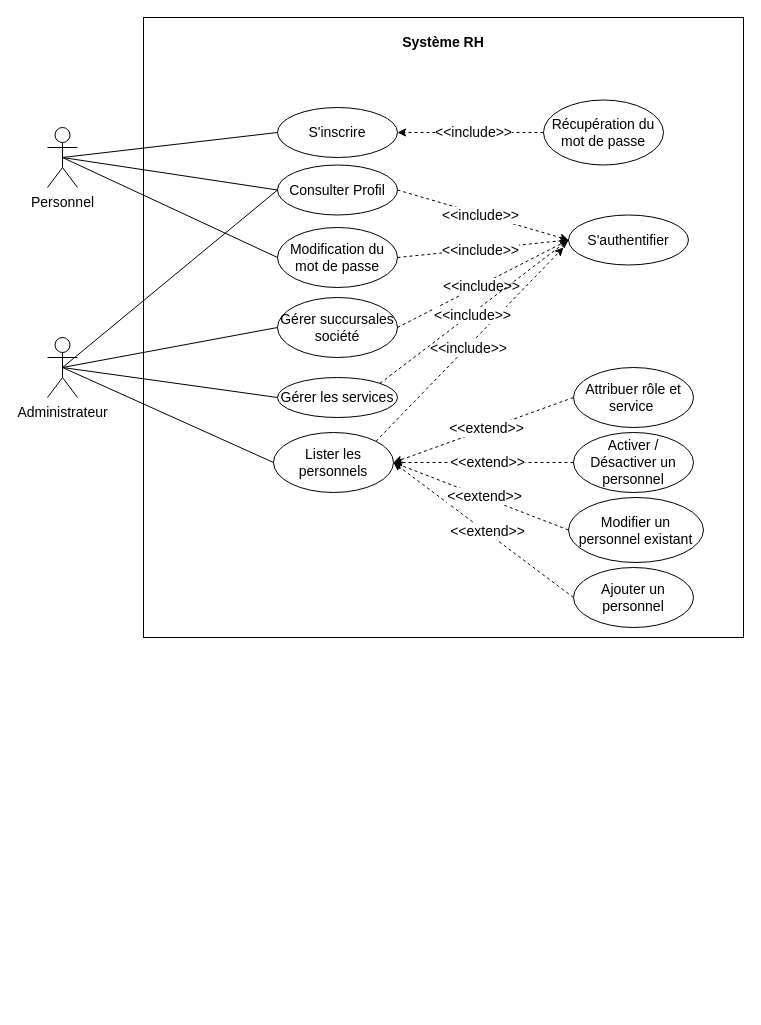
PORTAIL-RH/Portail-RH-Mobile keeps this draw.io diagram as Diagramme de cas d’utilisation du sprint 1.drawio. Above is the earlier version. Source tidied: cells renumbered, new cells numbered last; positions are measured from the earlier drawing's top-left corner, leaving out a move shared by most shapes. Both pictures are drawn from the tidied source at 100%, with x=0, y=0 at pixel (47, 17).
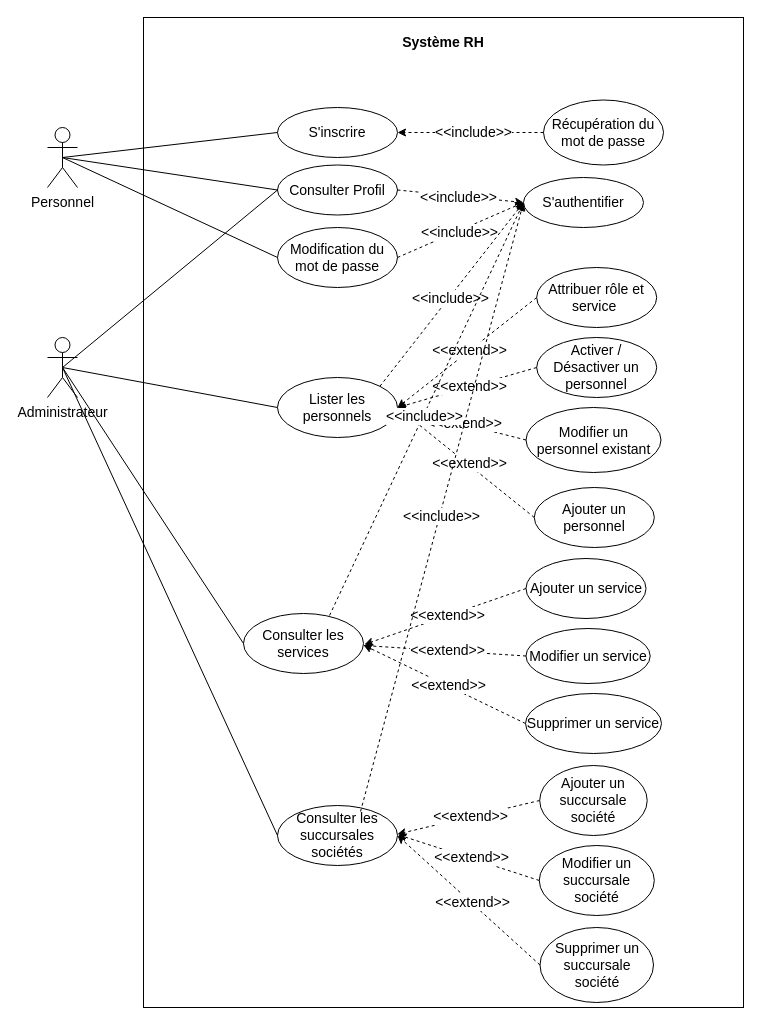
The same diagram, later.

Commit message:
Mettre à jour Diagramme de cas d’utilisation du sprint 1.drawio

Unchanged cells that the change refers to:
```xml
<mxCell id="4" value="Administrateur" style="shape=umlActor;verticalLabelPosition=bottom;verticalAlign=top;html=1;outlineConnect=0;fontSize=14;" parent="1" vertex="1">
  <mxGeometry y="320" width="30" height="60" as="geometry" />
</mxCell>
```

Change to the diagram source:
```diff
@@
     <mxCell id="2" style="rounded=0;whiteSpace=wrap;html=1;labelBackgroundColor=none;" parent="1" vertex="1">
-      <mxGeometry x="96" width="600" height="620" as="geometry" />
+      <mxGeometry x="96" width="600" height="990" as="geometry" />
     </mxCell>
@@
     <mxCell id="7" value="S'authentifier" style="ellipse;whiteSpace=wrap;html=1;fontSize=14;" parent="1" vertex="1">
-      <mxGeometry x="521" y="197.5" width="120" height="50" as="geometry" />
+      <mxGeometry x="476" y="160" width="120" height="50" as="geometry" />
     </mxCell>
@@
-    <mxCell id="19" value="Gérer succursales société" style="ellipse;whiteSpace=wrap;html=1;fontSize=14;" parent="1" vertex="1">
-      <mxGeometry x="230" y="280" width="120" height="60" as="geometry" />
-    </mxCell>
-    <mxCell id="20" value="Gérer les services" style="ellipse;whiteSpace=wrap;html=1;fontSize=14;" parent="1" vertex="1">
-      <mxGeometry x="230" y="360" width="120" height="40" as="geometry" />
-    </mxCell>
     <mxCell id="21" value="Lister les personnels" style="ellipse;whiteSpace=wrap;html=1;fontSize=14;" parent="1" vertex="1">
-      <mxGeometry x="226" y="415" width="120" height="60" as="geometry" />
+      <mxGeometry x="230" y="360" width="120" height="60" as="geometry" />
     </mxCell>
@@
     <mxCell id="24" value="Activer / Désactiver un personnel" style="ellipse;whiteSpace=wrap;html=1;fontSize=14;" parent="1" vertex="1">
-      <mxGeometry x="526" y="415" width="120" height="60" as="geometry" />
+      <mxGeometry x="489.2" y="320" width="120" height="60" as="geometry" />
     </mxCell>
     <mxCell id="25" value="Modifier un personnel existant" style="ellipse;whiteSpace=wrap;html=1;fontSize=14;" parent="1" vertex="1">
-      <mxGeometry x="521" y="480" width="135" height="65" as="geometry" />
+      <mxGeometry x="478.5" y="390" width="135" height="65" as="geometry" />
     </mxCell>
     <mxCell id="26" value="Ajouter un personnel" style="ellipse;whiteSpace=wrap;html=1;fontSize=14;" parent="1" vertex="1">
-      <mxGeometry x="526" y="550" width="120" height="60" as="geometry" />
+      <mxGeometry x="486.8" y="470" width="120" height="60" as="geometry" />
     </mxCell>
     <mxCell id="27" value="Attribuer rôle et service&amp;nbsp;" style="ellipse;whiteSpace=wrap;html=1;fontSize=14;" parent="1" vertex="1">
-      <mxGeometry x="526" y="350" width="120" height="60" as="geometry" />
+      <mxGeometry x="489.2" y="250" width="120" height="60" as="geometry" />
     </mxCell>
@@
-    <mxCell id="34" style="endArrow=none;html=1;rounded=0;exitX=0.5;exitY=0.5;exitDx=0;exitDy=0;exitPerimeter=0;entryX=0;entryY=0.5;entryDx=0;entryDy=0;fontSize=14;" parent="1" edge="1" source="4" target="19">
-      <mxGeometry relative="1" as="geometry" />
-    </mxCell>
-    <mxCell id="35" style="endArrow=none;html=1;rounded=0;exitX=0.5;exitY=0.5;exitDx=0;exitDy=0;exitPerimeter=0;entryX=0;entryY=0.5;entryDx=0;entryDy=0;fontSize=14;" parent="1" edge="1" source="4" target="20">
-      <mxGeometry relative="1" as="geometry" />
-    </mxCell>
@@
-    <mxCell id="38" style="endArrow=classic;dashed=1;html=1;rounded=0;exitX=1;exitY=0.5;exitDx=0;exitDy=0;endFill=1;fontSize=14;entryX=0;entryY=0.5;entryDx=0;entryDy=0;" parent="1" edge="1" source="19" target="7">
-      <mxGeometry relative="1" as="geometry" />
-    </mxCell>
-    <mxCell id="39" value="&amp;lt;&amp;lt;include&amp;gt;&amp;gt;" style="edgeLabel;html=1;align=center;verticalAlign=middle;fontSize=14;" parent="38" vertex="1">
-      <mxGeometry x="-0.03" y="-1" relative="1" as="geometry" />
-    </mxCell>
-    <mxCell id="40" style="endArrow=classic;dashed=1;html=1;rounded=0;exitX=1;exitY=0;exitDx=0;exitDy=0;endFill=1;fontSize=14;" parent="1" edge="1" source="21">
-      <mxGeometry relative="1" as="geometry">
-        <mxPoint x="516" y="230" as="targetPoint" />
-      </mxGeometry>
+    <mxCell id="40" style="endArrow=classic;dashed=1;html=1;rounded=0;exitX=1;exitY=0;exitDx=0;exitDy=0;endFill=1;fontSize=14;entryX=0;entryY=0.5;entryDx=0;entryDy=0;" parent="1" edge="1" source="21" target="7">
+      <mxGeometry relative="1" as="geometry" />
     </mxCell>
@@
-    <mxCell id="42" style="endArrow=classic;dashed=1;html=1;rounded=0;exitX=1;exitY=0;exitDx=0;exitDy=0;endFill=1;entryX=0;entryY=0.5;entryDx=0;entryDy=0;fontSize=14;" parent="1" edge="1" source="20" target="7">
-      <mxGeometry relative="1" as="geometry" />
-    </mxCell>
-    <mxCell id="43" value="&amp;lt;&amp;lt;include&amp;gt;&amp;gt;" style="edgeLabel;html=1;align=center;verticalAlign=middle;fontSize=14;" parent="42" vertex="1">
-      <mxGeometry x="-0.03" y="-1" relative="1" as="geometry" />
-    </mxCell>
@@
+    <mxCell id="45" value="Consulter les services" style="ellipse;whiteSpace=wrap;html=1;fontSize=14;" parent="1" vertex="1">
+      <mxGeometry x="196" y="596" width="120" height="60" as="geometry" />
+    </mxCell>
+    <mxCell id="46" value="Consulter les succursales sociétés" style="ellipse;whiteSpace=wrap;html=1;fontSize=14;" parent="1" vertex="1">
+      <mxGeometry x="230" y="788" width="120" height="60" as="geometry" />
+    </mxCell>
+    <mxCell id="47" style="endArrow=classic;dashed=1;html=1;rounded=0;exitX=0;exitY=0.5;exitDx=0;exitDy=0;endFill=1;entryX=1;entryY=0.526;entryDx=0;entryDy=0;fontSize=14;entryPerimeter=0;" parent="1" edge="1" source="51" target="45">
+      <mxGeometry relative="1" as="geometry" />
+    </mxCell>
+    <mxCell id="48" value="&amp;lt;&amp;lt;extend&amp;gt;&amp;gt;" style="edgeLabel;html=1;align=center;verticalAlign=middle;fontSize=14;" parent="47" vertex="1">
+      <mxGeometry x="-0.03" y="-1" relative="1" as="geometry" />
+    </mxCell>
+    <mxCell id="49" value="Ajouter un service" style="ellipse;whiteSpace=wrap;html=1;fontSize=14;" parent="1" vertex="1">
+      <mxGeometry x="478.5" y="541" width="120" height="60" as="geometry" />
+    </mxCell>
+    <mxCell id="50" value="Modifier un service" style="ellipse;whiteSpace=wrap;html=1;fontSize=14;" parent="1" vertex="1">
+      <mxGeometry x="478.5" y="611" width="124.2" height="55" as="geometry" />
+    </mxCell>
+    <mxCell id="51" value="Supprimer un service" style="ellipse;whiteSpace=wrap;html=1;fontSize=14;" parent="1" vertex="1">
+      <mxGeometry x="478" y="676" width="136" height="60" as="geometry" />
+    </mxCell>
+    <mxCell id="52" style="endArrow=classic;dashed=1;html=1;rounded=0;exitX=0;exitY=0.5;exitDx=0;exitDy=0;endFill=1;entryX=0.999;entryY=0.533;entryDx=0;entryDy=0;fontSize=14;entryPerimeter=0;" parent="1" edge="1" source="50" target="45">
+      <mxGeometry relative="1" as="geometry" />
+    </mxCell>
+    <mxCell id="53" value="&amp;lt;&amp;lt;extend&amp;gt;&amp;gt;" style="edgeLabel;html=1;align=center;verticalAlign=middle;fontSize=14;" parent="52" vertex="1">
+      <mxGeometry x="-0.03" y="-1" relative="1" as="geometry" />
+    </mxCell>
+    <mxCell id="54" style="endArrow=classic;dashed=1;html=1;rounded=0;exitX=0;exitY=0.5;exitDx=0;exitDy=0;endFill=1;fontSize=14;entryX=1.009;entryY=0.514;entryDx=0;entryDy=0;entryPerimeter=0;" parent="1" edge="1" source="49" target="45">
+      <mxGeometry relative="1" as="geometry" />
+    </mxCell>
+    <mxCell id="55" value="&amp;lt;&amp;lt;extend&amp;gt;&amp;gt;" style="edgeLabel;html=1;align=center;verticalAlign=middle;fontSize=14;" parent="54" vertex="1">
+      <mxGeometry x="-0.03" y="-1" relative="1" as="geometry" />
+    </mxCell>
+    <mxCell id="56" style="endArrow=classic;dashed=1;html=1;rounded=0;exitX=0;exitY=0.5;exitDx=0;exitDy=0;endFill=1;entryX=1;entryY=0.5;entryDx=0;entryDy=0;fontSize=14;" parent="1" edge="1" source="60" target="46">
+      <mxGeometry relative="1" as="geometry" />
+    </mxCell>
+    <mxCell id="57" value="&amp;lt;&amp;lt;extend&amp;gt;&amp;gt;" style="edgeLabel;html=1;align=center;verticalAlign=middle;fontSize=14;" parent="56" vertex="1">
+      <mxGeometry x="-0.03" y="-1" relative="1" as="geometry" />
+    </mxCell>
+    <mxCell id="58" value="Ajouter un succursale société" style="ellipse;whiteSpace=wrap;html=1;fontSize=14;" parent="1" vertex="1">
+      <mxGeometry x="492.2" y="748" width="107.5" height="70" as="geometry" />
+    </mxCell>
+    <mxCell id="59" value="Modifier un succursale société" style="ellipse;whiteSpace=wrap;html=1;fontSize=14;" parent="1" vertex="1">
+      <mxGeometry x="491.8" y="828" width="115" height="70" as="geometry" />
+    </mxCell>
+    <mxCell id="60" value="Supprimer un succursale société" style="ellipse;whiteSpace=wrap;html=1;fontSize=14;" parent="1" vertex="1">
+      <mxGeometry x="492.5" y="910" width="113.5" height="75" as="geometry" />
+    </mxCell>
+    <mxCell id="61" style="endArrow=classic;dashed=1;html=1;rounded=0;exitX=0;exitY=0.5;exitDx=0;exitDy=0;endFill=1;entryX=1.004;entryY=0.487;entryDx=0;entryDy=0;fontSize=14;entryPerimeter=0;" parent="1" edge="1" source="59" target="46">
+      <mxGeometry relative="1" as="geometry" />
+    </mxCell>
+    <mxCell id="62" value="&amp;lt;&amp;lt;extend&amp;gt;&amp;gt;" style="edgeLabel;html=1;align=center;verticalAlign=middle;fontSize=14;" parent="61" vertex="1">
+      <mxGeometry x="-0.03" y="-1" relative="1" as="geometry" />
+    </mxCell>
+    <mxCell id="63" style="endArrow=classic;dashed=1;html=1;rounded=0;exitX=0;exitY=0.5;exitDx=0;exitDy=0;endFill=1;entryX=0.999;entryY=0.477;entryDx=0;entryDy=0;fontSize=14;entryPerimeter=0;" parent="1" edge="1" source="58" target="46">
+      <mxGeometry relative="1" as="geometry" />
+    </mxCell>
+    <mxCell id="64" value="&amp;lt;&amp;lt;extend&amp;gt;&amp;gt;" style="edgeLabel;html=1;align=center;verticalAlign=middle;fontSize=14;" parent="63" vertex="1">
+      <mxGeometry x="-0.03" y="-1" relative="1" as="geometry" />
+    </mxCell>
+    <mxCell id="65" style="endArrow=none;html=1;rounded=0;entryX=0.5;entryY=0.5;entryDx=0;entryDy=0;entryPerimeter=0;exitX=0;exitY=0.5;exitDx=0;exitDy=0;fontSize=14;" parent="1" edge="1" source="46" target="4">
+      <mxGeometry relative="1" as="geometry" />
+    </mxCell>
+    <mxCell id="66" style="endArrow=none;html=1;rounded=0;entryX=0.5;entryY=0.5;entryDx=0;entryDy=0;entryPerimeter=0;exitX=0;exitY=0.5;exitDx=0;exitDy=0;fontSize=14;" parent="1" edge="1" source="45" target="4">
+      <mxGeometry relative="1" as="geometry" />
+    </mxCell>
+    <mxCell id="67" style="endArrow=classic;dashed=1;html=1;rounded=0;exitX=0.717;exitY=0.033;exitDx=0;exitDy=0;endFill=1;fontSize=14;exitPerimeter=0;entryX=0;entryY=0.5;entryDx=0;entryDy=0;" parent="1" edge="1" source="45" target="7">
+      <mxGeometry relative="1" as="geometry" />
+    </mxCell>
+    <mxCell id="68" value="&amp;lt;&amp;lt;include&amp;gt;&amp;gt;" style="edgeLabel;html=1;align=center;verticalAlign=middle;fontSize=14;" parent="67" vertex="1">
+      <mxGeometry x="-0.03" y="-1" relative="1" as="geometry" />
+    </mxCell>
+    <mxCell id="69" style="endArrow=classic;dashed=1;html=1;rounded=0;exitX=0.692;exitY=0.1;exitDx=0;exitDy=0;endFill=1;fontSize=14;exitPerimeter=0;entryX=0;entryY=0.5;entryDx=0;entryDy=0;" parent="1" edge="1" source="46" target="7">
+      <mxGeometry relative="1" as="geometry" />
+    </mxCell>
+    <mxCell id="70" value="&amp;lt;&amp;lt;include&amp;gt;&amp;gt;" style="edgeLabel;html=1;align=center;verticalAlign=middle;fontSize=14;" parent="69" vertex="1">
+      <mxGeometry x="-0.03" y="-1" relative="1" as="geometry" />
+    </mxCell>
```
